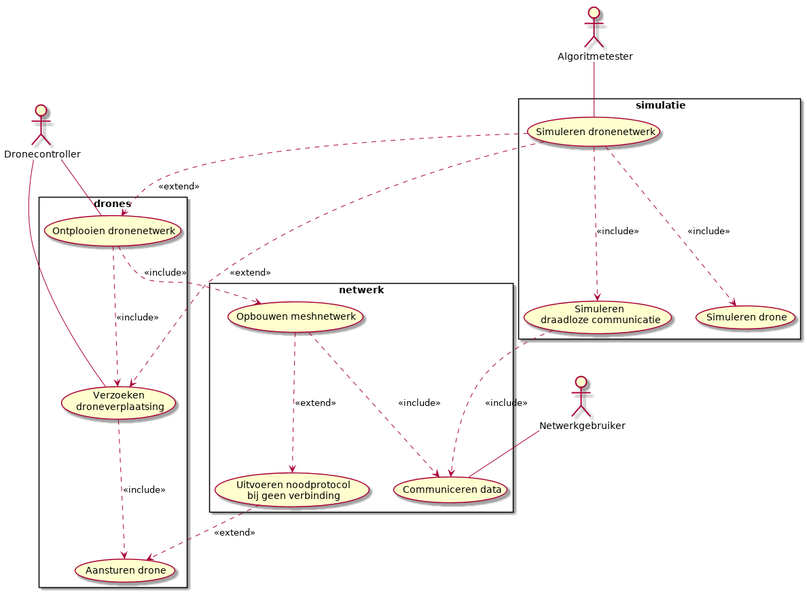
Before: Docs/DesignDocumenten/UML/out/usecase/usecasediagram/usecasediagram.png, a diagram exported from PlantUML (mauriceberentsen/Automated-Drone-Distribution-Network).
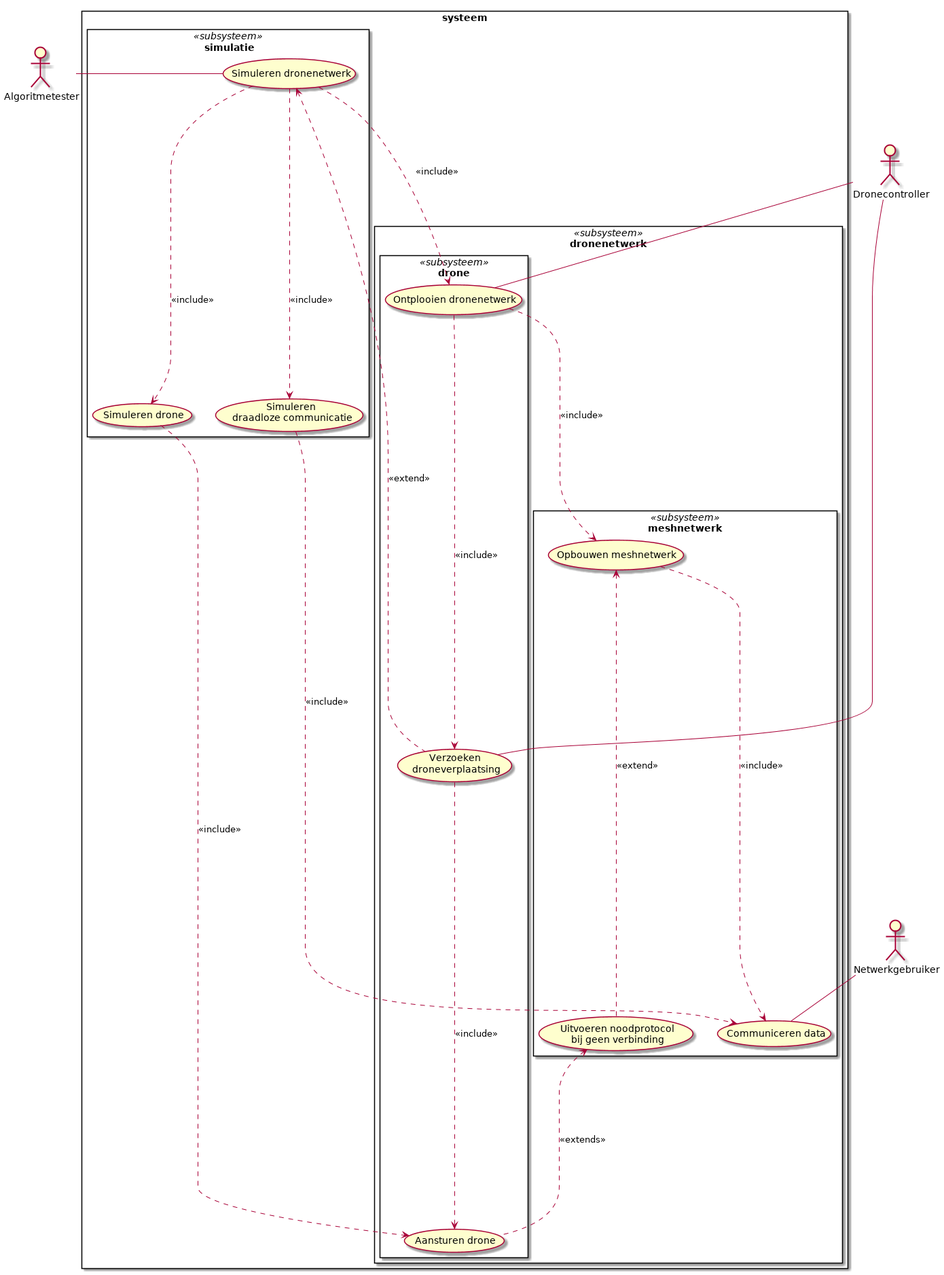
Above is the later version.

Diff of the diagram source:
```diff
@@ -1,49 +1,56 @@
 @startuml
 
-rectangle netwerk{
-usecase "Communiceren data" as versturen
-usecase "Opbouwen meshnetwerk" as OON
-usecase "Uitvoeren noodprotocol\nbij geen verbinding" as un
+rectangle systeem{
+rectangle dronenetwerk <<subsysteem>>{
+
+    rectangle drone <<subsysteem>>{
+        usecase "Ontplooien dronenetwerk" as Ontplooien
+        usecase "Aansturen drone" as verplaatsen
+        usecase "Verzoeken\ndroneverplaatsing" as VDV
+    }
+
+    rectangle meshnetwerk <<subsysteem>>{
+        usecase "Communiceren data" as versturen
+        usecase "Opbouwen meshnetwerk" as OON
+        usecase "Uitvoeren noodprotocol\nbij geen verbinding" as un
+    }
+}
+rectangle simulatie <<subsysteem>>{
+    usecase "Simuleren\ndraadloze communicatie" as simCom
+    usecase "Simuleren drone" as simDrones
+    usecase "Simuleren dronenetwerk" as simDronenetwerk
+}
 }
 
-rectangle simulatie{
-usecase "Simuleren\ndraadloze communicatie" as simCom
-usecase "Simuleren drone" as simDrones
-usecase "Simuleren dronenetwerk" as simDronenetwerk
-}
 
-rectangle drones{
-usecase "Ontplooien dronenetwerk" as Ontplooien
-usecase "Aansturen drone" as verplaatsen
-usecase "Verzoeken\ndroneverplaatsing" as VDV
-}
 
 actor "Dronecontroller" as controller
 actor "Netwerkgebruiker" as gebruiker
 actor "Algoritmetester" as tester
 
-tester -- simDronenetwerk
+tester -right- simDronenetwerk
 gebruiker -- versturen
 
 controller -- Ontplooien
-controller -- VDV
+controller -right- VDV
 
 simCom ..> versturen : <<include>>
 
 simDronenetwerk ..> simDrones : <<include>>
 simDronenetwerk ..> simCom : <<include>>
-simDronenetwerk ..> Ontplooien : <<extend>>
-simDronenetwerk ..> VDV : <<extend>>
+simDronenetwerk ..> Ontplooien : <<include>>
+simDronenetwerk <.. VDV : <<extend>>
 
 Ontplooien ..> VDV : <<include>>
 Ontplooien ..> OON : <<include>>
 
 VDV ..> verplaatsen : <<include>>
 
-OON ..> un : <<extend>>
+OON <.. un : <<extend>>
 OON ..> versturen : <<include>>
 
+simDrones ..> verplaatsen : <<include>>
 
-un ..> verplaatsen : <<extend>>
+un <.. verplaatsen : <<extends>>
 
 @enduml
```
